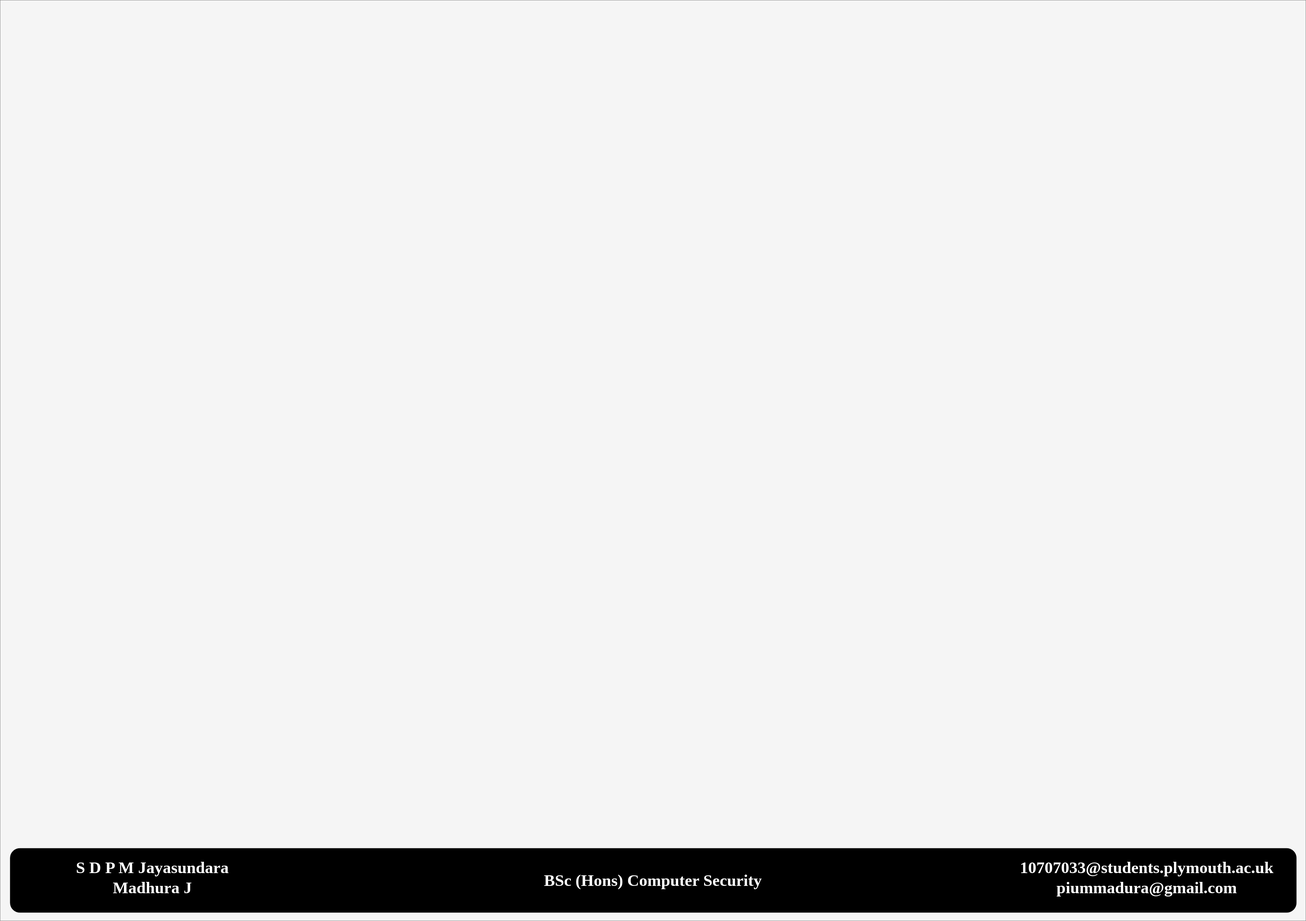
MaduraJ/Network-traffic-data-Visualization-tool-for-pfsense keeps this draw.io diagram as Test case 1/Untitled Diagram.drawio.svg. Above is the earlier version. Source tidied: cells renumbered, new cells last; positions are measured from the earlier drawing's top-left corner, leaving out a move shared by most shapes.
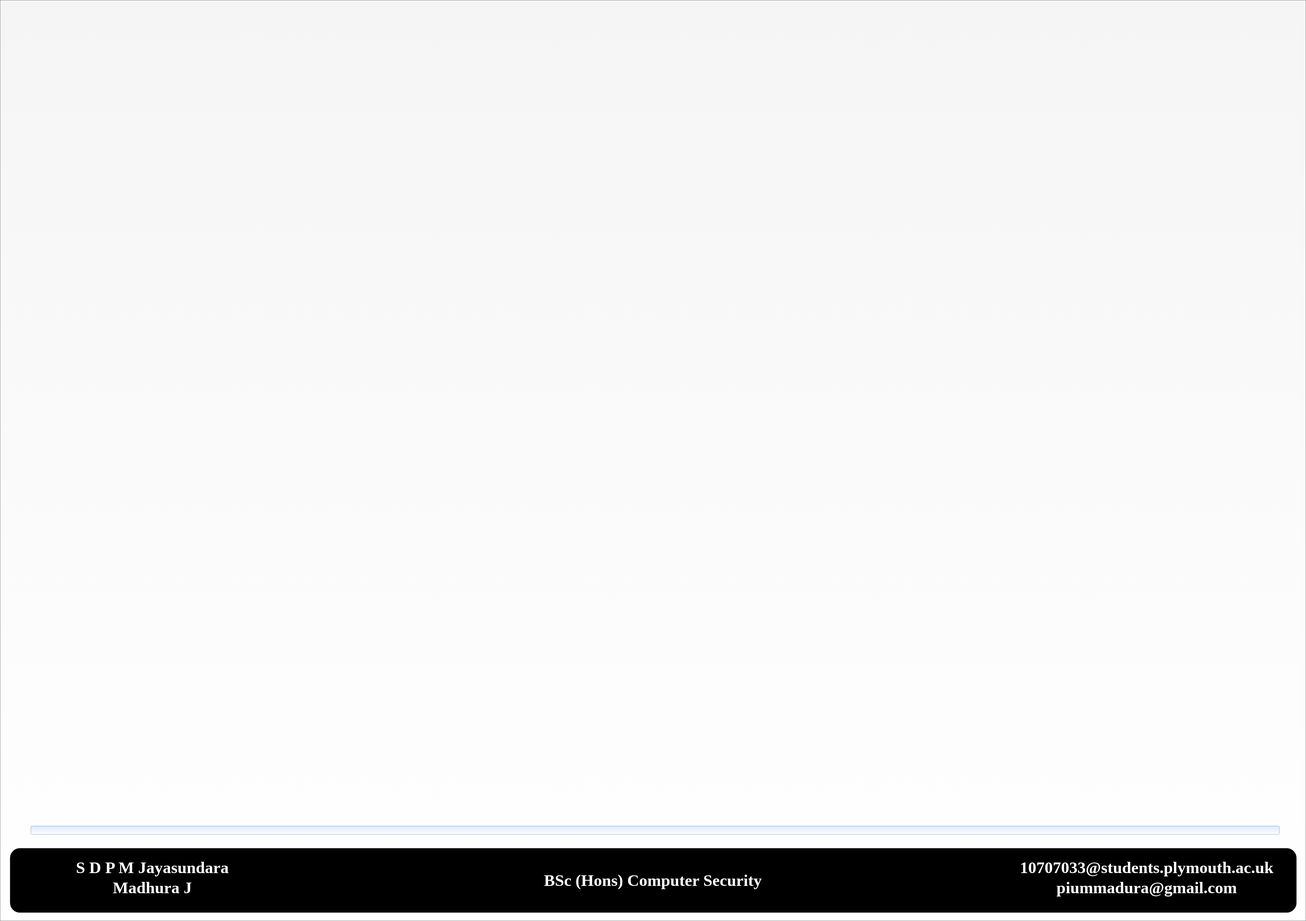
After the change.

Change to the diagram source:
```diff
@@ -2,10 +2,10 @@
   <root>
     <mxCell id="0" />
     <mxCell id="1" parent="0" />
-    <mxCell id="2" style="rounded=0;whiteSpace=wrap;html=1;sketch=0;fontSize=48;fillColor=#f5f5f5;fontColor=#333333;strokeColor=#666666;" parent="1" vertex="1">
+    <mxCell id="2" style="rounded=0;whiteSpace=wrap;html=1;sketch=0;fontSize=48;fillColor=#f5f5f5;fontColor=#333333;strokeColor=#666666;gradientColor=#ffffff;gradientDirection=south;" parent="1" vertex="1">
       <mxGeometry width="4680" height="3300" as="geometry" />
     </mxCell>
-    <mxCell id="3" style="rounded=1;whiteSpace=wrap;html=1;fillColor=#000000;" parent="1" vertex="1">
+    <mxCell id="3" style="rounded=1;whiteSpace=wrap;html=1;fillColor=#000000;gradientColor=none;gradientDirection=north;" parent="1" vertex="1">
       <mxGeometry x="36" y="3040" width="4610" height="230" as="geometry" />
     </mxCell>
     <mxCell id="4" value="&lt;div&gt;&lt;b&gt;S D P M Jayasundara&lt;/b&gt;&lt;/div&gt;&lt;div&gt;&lt;b&gt;Madhura J&lt;br&gt;&lt;/b&gt;&lt;/div&gt;" style="text;html=1;strokeColor=none;fillColor=none;align=center;verticalAlign=middle;whiteSpace=wrap;rounded=0;fontFamily=Times New Roman;fontSize=59;fontColor=#FFFFFF;horizontal=1;" parent="1" vertex="1">
@@ -17,5 +17,8 @@
     <mxCell id="6" value="&lt;div&gt;&lt;b&gt;10707033@students.plymouth.ac.uk&lt;/b&gt;&lt;/div&gt;&lt;div&gt;&lt;b&gt;piummadura@gmail.com&lt;br&gt;&lt;/b&gt;&lt;/div&gt;" style="text;html=1;strokeColor=none;fillColor=none;align=center;verticalAlign=middle;whiteSpace=wrap;rounded=0;fontFamily=Times New Roman;fontSize=59;fontColor=#FFFFFF;horizontal=1;" parent="1" vertex="1">
       <mxGeometry x="3600" y="3030" width="1020" height="230" as="geometry" />
     </mxCell>
+    <mxCell id="7" style="rounded=1;whiteSpace=wrap;html=1;fontFamily=Times New Roman;fontSize=59;fillColor=#dae8fc;strokeColor=#6c8ebf;gradientColor=#ffffff;" parent="1" vertex="1">
+      <mxGeometry x="110" y="2960" width="4475" height="30" as="geometry" />
+    </mxCell>
   </root>
 </mxGraphModel>
```
